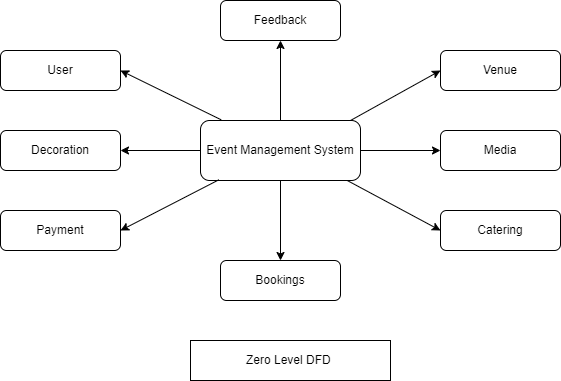
Before: Documentation/Zero level DFD.png, a diagram exported from draw.io (sumedh-shingade/Event-Management-System). Source tidied: cells renumbered, new cells last; positions are measured from the earlier drawing's top-left corner, leaving out a move shared by most shapes.
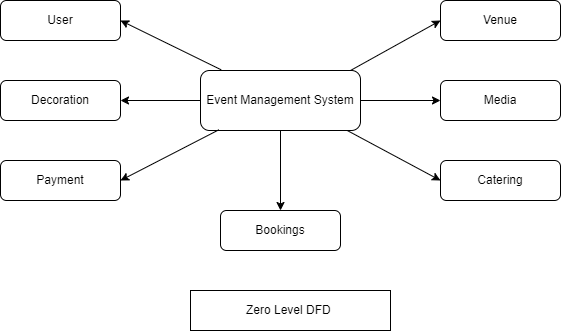
After the commit.

Change to the diagram source:
```diff
@@ -52,13 +52,5 @@
     <mxCell id="17" value="Zero Level DFD&amp;nbsp;" style="rounded=0;whiteSpace=wrap;html=1;" parent="1" vertex="1">
       <mxGeometry x="190" y="340" width="200" height="40" as="geometry" />
     </mxCell>
-    <mxCell id="18" value="Feedback" style="rounded=1;whiteSpace=wrap;html=1;" parent="1" vertex="1">
-      <mxGeometry x="220" width="120" height="40" as="geometry" />
-    </mxCell>
-    <mxCell id="19" style="endArrow=classic;html=1;rounded=0;entryX=0.5;entryY=1;entryDx=0;entryDy=0;" parent="1" edge="1" target="18">
-      <mxGeometry relative="1" as="geometry">
-        <mxPoint x="280" y="120" as="sourcePoint" />
-      </mxGeometry>
-    </mxCell>
   </root>
 </mxGraphModel>
```
